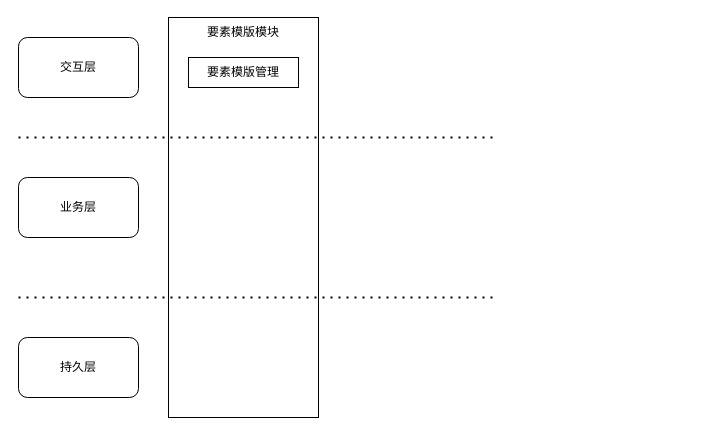
Earlier version of the draw.io diagram 系统层次与模块划分.drawio (Lainy0605/graduate). Source tidied: cells renumbered, new cells numbered last; positions are measured from the earlier drawing's top-left corner, leaving out a move shared by most shapes. Both pictures are drawn from the tidied source at 100%, with x=0, y=0 at pixel (18, 17).
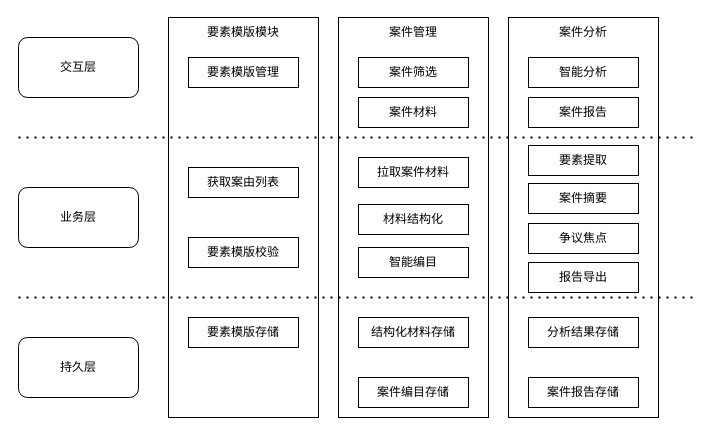
The same page after the edit.

Commit message (it also covers changes not shown here):
更新系统层次与模块划分.drawio

What changed in the source:
```diff
@@
-    <mxCell id="3" style="endArrow=none;dashed=1;html=1;dashPattern=1 3;strokeWidth=2;rounded=0;" parent="1" edge="1">
-      <mxGeometry relative="1" as="geometry">
-        <mxPoint y="120" as="sourcePoint" />
-        <mxPoint x="480" y="120" as="targetPoint" />
-      </mxGeometry>
-    </mxCell>
@@
     <mxCell id="5" value="业务层" style="rounded=1;whiteSpace=wrap;html=1;" parent="1" vertex="1">
-      <mxGeometry y="160" width="120" height="60" as="geometry" />
+      <mxGeometry y="170" width="120" height="60" as="geometry" />
     </mxCell>
@@
+    <mxCell id="10" value="要素模版校验" style="rounded=0;whiteSpace=wrap;html=1;" parent="1" vertex="1">
+      <mxGeometry x="170" y="220" width="110" height="30" as="geometry" />
+    </mxCell>
+    <mxCell id="11" value="要素模版存储" style="rounded=0;whiteSpace=wrap;html=1;" parent="1" vertex="1">
+      <mxGeometry x="170" y="300" width="110" height="30" as="geometry" />
+    </mxCell>
+    <mxCell id="12" value="获取案由列表" style="rounded=0;whiteSpace=wrap;html=1;" parent="1" vertex="1">
+      <mxGeometry x="170" y="150" width="110" height="30" as="geometry" />
+    </mxCell>
+    <mxCell id="13" style="rounded=0;whiteSpace=wrap;html=1;" parent="1" vertex="1">
+      <mxGeometry x="320" width="150" height="400" as="geometry" />
+    </mxCell>
+    <mxCell id="14" value="案件管理" style="text;html=1;whiteSpace=wrap;strokeColor=none;fillColor=none;align=center;verticalAlign=middle;rounded=0;" parent="1" vertex="1">
+      <mxGeometry x="355" width="80" height="30" as="geometry" />
+    </mxCell>
+    <mxCell id="15" value="案件筛选" style="rounded=0;whiteSpace=wrap;html=1;" parent="1" vertex="1">
+      <mxGeometry x="340" y="40" width="110" height="30" as="geometry" />
+    </mxCell>
+    <mxCell id="16" value="材料结构化" style="rounded=0;whiteSpace=wrap;html=1;" parent="1" vertex="1">
+      <mxGeometry x="340" y="187" width="110" height="30" as="geometry" />
+    </mxCell>
+    <mxCell id="17" value="结构化材料存储" style="rounded=0;whiteSpace=wrap;html=1;" parent="1" vertex="1">
+      <mxGeometry x="340" y="300" width="110" height="30" as="geometry" />
+    </mxCell>
+    <mxCell id="18" value="拉取案件材料" style="rounded=0;whiteSpace=wrap;html=1;" parent="1" vertex="1">
+      <mxGeometry x="340" y="140" width="110" height="30" as="geometry" />
+    </mxCell>
+    <mxCell id="19" value="案件材料" style="rounded=0;whiteSpace=wrap;html=1;" parent="1" vertex="1">
+      <mxGeometry x="340" y="80" width="110" height="30" as="geometry" />
+    </mxCell>
+    <mxCell id="20" value="案件编目存储" style="rounded=0;whiteSpace=wrap;html=1;" parent="1" vertex="1">
+      <mxGeometry x="340" y="360" width="110" height="30" as="geometry" />
+    </mxCell>
+    <mxCell id="21" style="rounded=0;whiteSpace=wrap;html=1;" parent="1" vertex="1">
+      <mxGeometry x="490" width="150" height="400" as="geometry" />
+    </mxCell>
+    <mxCell id="22" value="案件分析" style="text;html=1;whiteSpace=wrap;strokeColor=none;fillColor=none;align=center;verticalAlign=middle;rounded=0;" parent="1" vertex="1">
+      <mxGeometry x="525" width="80" height="30" as="geometry" />
+    </mxCell>
+    <mxCell id="23" value="智能分析" style="rounded=0;whiteSpace=wrap;html=1;" parent="1" vertex="1">
+      <mxGeometry x="510" y="40" width="110" height="30" as="geometry" />
+    </mxCell>
+    <mxCell id="24" value="分析结果存储" style="rounded=0;whiteSpace=wrap;html=1;" parent="1" vertex="1">
+      <mxGeometry x="510" y="300" width="110" height="30" as="geometry" />
+    </mxCell>
+    <mxCell id="25" value="要素提取" style="rounded=0;whiteSpace=wrap;html=1;" parent="1" vertex="1">
+      <mxGeometry x="510" y="128" width="110" height="30" as="geometry" />
+    </mxCell>
+    <mxCell id="26" value="案件报告" style="rounded=0;whiteSpace=wrap;html=1;" parent="1" vertex="1">
+      <mxGeometry x="510" y="80" width="110" height="30" as="geometry" />
+    </mxCell>
+    <mxCell id="27" value="案件报告存储" style="rounded=0;whiteSpace=wrap;html=1;" parent="1" vertex="1">
+      <mxGeometry x="510" y="360" width="110" height="30" as="geometry" />
+    </mxCell>
+    <mxCell id="28" value="智能编目" style="rounded=0;whiteSpace=wrap;html=1;" parent="1" vertex="1">
+      <mxGeometry x="340" y="230" width="110" height="30" as="geometry" />
+    </mxCell>
+    <mxCell id="29" value="案件摘要" style="rounded=0;whiteSpace=wrap;html=1;" parent="1" vertex="1">
+      <mxGeometry x="510" y="166" width="110" height="30" as="geometry" />
+    </mxCell>
+    <mxCell id="30" value="争议焦点" style="rounded=0;whiteSpace=wrap;html=1;" parent="1" vertex="1">
+      <mxGeometry x="510" y="206" width="110" height="30" as="geometry" />
+    </mxCell>
+    <mxCell id="31" value="报告导出" style="rounded=0;whiteSpace=wrap;html=1;" parent="1" vertex="1">
+      <mxGeometry x="510" y="245" width="110" height="30" as="geometry" />
+    </mxCell>
+    <mxCell id="3" style="endArrow=none;dashed=1;html=1;dashPattern=1 3;strokeWidth=2;rounded=0;" parent="1" edge="1">
+      <mxGeometry relative="1" as="geometry">
+        <mxPoint y="120" as="sourcePoint" />
+        <mxPoint x="680" y="120" as="targetPoint" />
+      </mxGeometry>
+    </mxCell>
     <mxCell id="9" style="endArrow=none;dashed=1;html=1;dashPattern=1 3;strokeWidth=2;rounded=0;" parent="1" edge="1">
       <mxGeometry relative="1" as="geometry">
         <mxPoint y="280" as="sourcePoint" />
-        <mxPoint x="480" y="280" as="targetPoint" />
+        <mxPoint x="680" y="280" as="targetPoint" />
       </mxGeometry>
     </mxCell>
```
